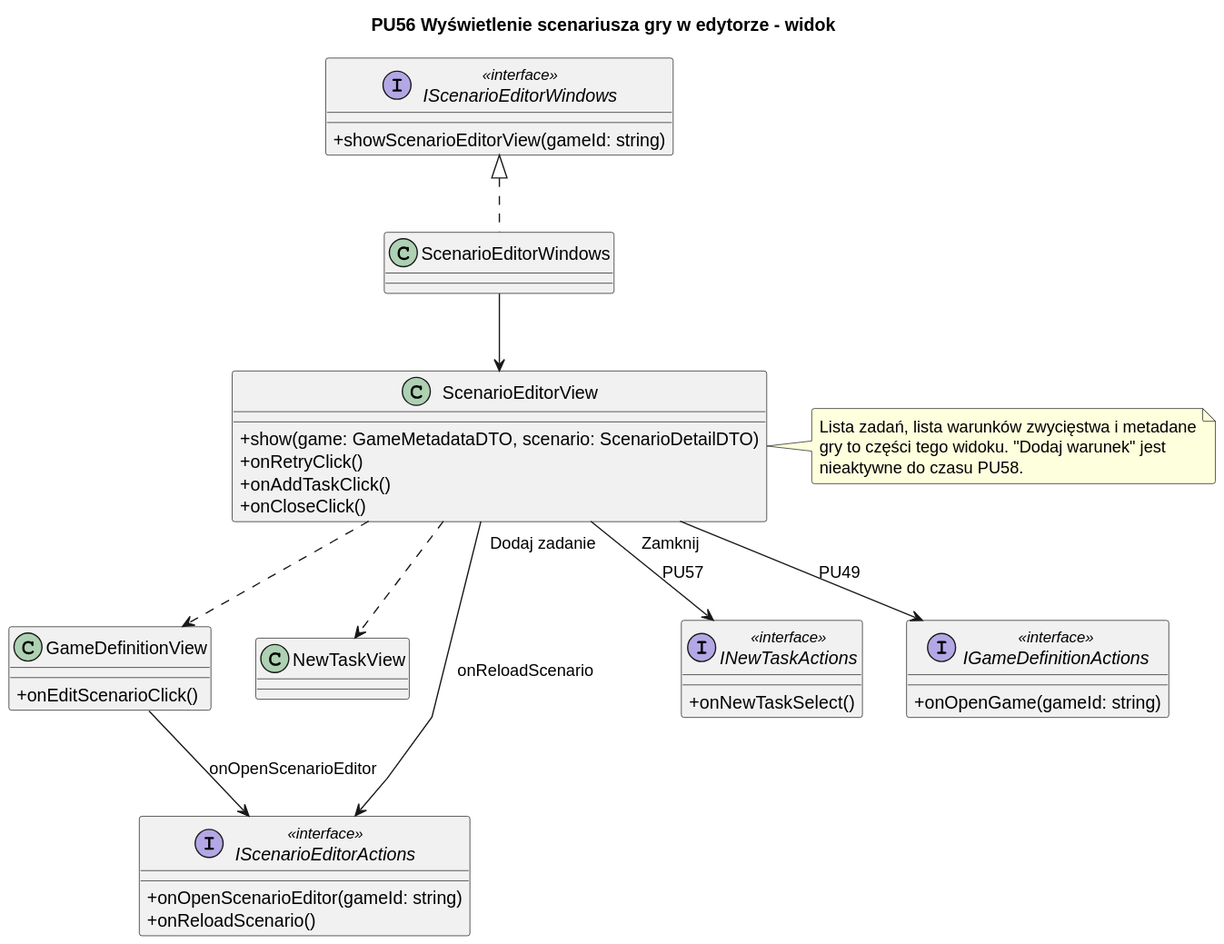
Igor-Ochocki/POP-2026Z keeps this PlantUML diagram as diagrams/frontend/rendered/scenario-editor-view.svg. Above is the earlier version.
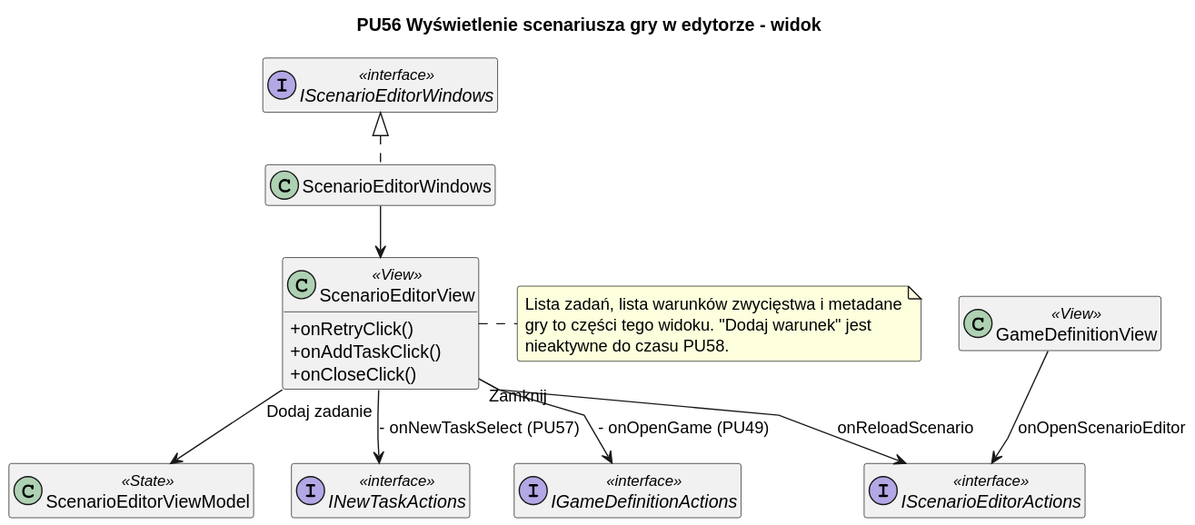
After the commit.

Change to the diagram source:
```diff
@@ -4,51 +4,34 @@
 skinparam shadowing false
 skinparam roundcorner 4
 skinparam linetype polyline
+skinparam nodesep 30
+skinparam ranksep 40
+hide empty members
 
 title PU56 Wyświetlenie scenariusza gry w edytorze - widok
 
-class GameDefinitionView {
-    + onEditScenarioClick()
-}
-
-class ScenarioEditorView {
-    + show(game: GameMetadataDTO, scenario: ScenarioDetailDTO)
+class ScenarioEditorView <<View>> {
     + onRetryClick()
     + onAddTaskClick()
     + onCloseClick()
 }
 
-class NewTaskView
-
-interface IScenarioEditorActions <<interface>> {
-    + onOpenScenarioEditor(gameId: string)
-    + onReloadScenario()
-}
-
-interface INewTaskActions <<interface>> {
-    + onNewTaskSelect()
-}
-
-interface IGameDefinitionActions <<interface>> {
-    + onOpenGame(gameId: string)
-}
-
-interface IScenarioEditorWindows <<interface>> {
-    + showScenarioEditorView(gameId: string)
-}
-
 class ScenarioEditorWindows
-
-GameDefinitionView --> IScenarioEditorActions : onOpenScenarioEditor
-ScenarioEditorView --> IScenarioEditorActions : onReloadScenario
-ScenarioEditorView --> INewTaskActions : "Dodaj zadanie" (PU57)
-ScenarioEditorView --> IGameDefinitionActions : "Zamknij" (PU49)
+interface IScenarioEditorWindows <<interface>>
+interface IScenarioEditorActions <<interface>>
+class ScenarioEditorViewModel <<State>>
+interface INewTaskActions <<interface>>
+interface IGameDefinitionActions <<interface>>
+class GameDefinitionView <<View>>
 
 ScenarioEditorWindows .u.|> IScenarioEditorWindows
 ScenarioEditorWindows --> ScenarioEditorView
 
-ScenarioEditorView ..> NewTaskView
-ScenarioEditorView ..> GameDefinitionView
+GameDefinitionView --> IScenarioEditorActions : onOpenScenarioEditor
+ScenarioEditorView --> IScenarioEditorActions : onReloadScenario
+ScenarioEditorView --> ScenarioEditorViewModel
+ScenarioEditorView --> INewTaskActions : "Dodaj zadanie" - onNewTaskSelect (PU57)
+ScenarioEditorView --> IGameDefinitionActions : "Zamknij" - onOpenGame (PU49)
 
 note right of ScenarioEditorView
     Lista zadań, lista warunków zwycięstwa i metadane
```
